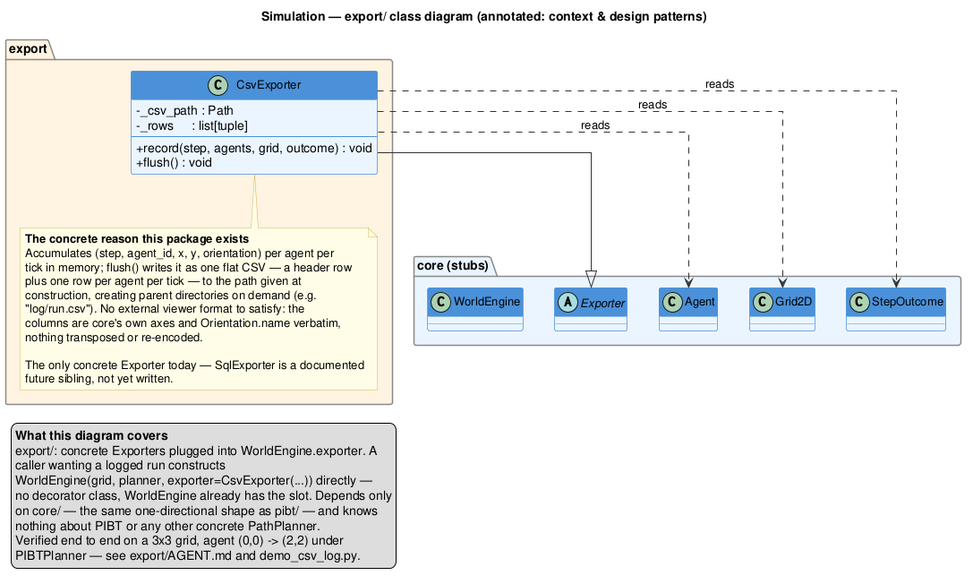
The PlantUML diagram diagrammes/Class_Diagram/Export/export_class_diagram_commente.png in RasdaCorentin/MAPF_Simulation, before a commit.
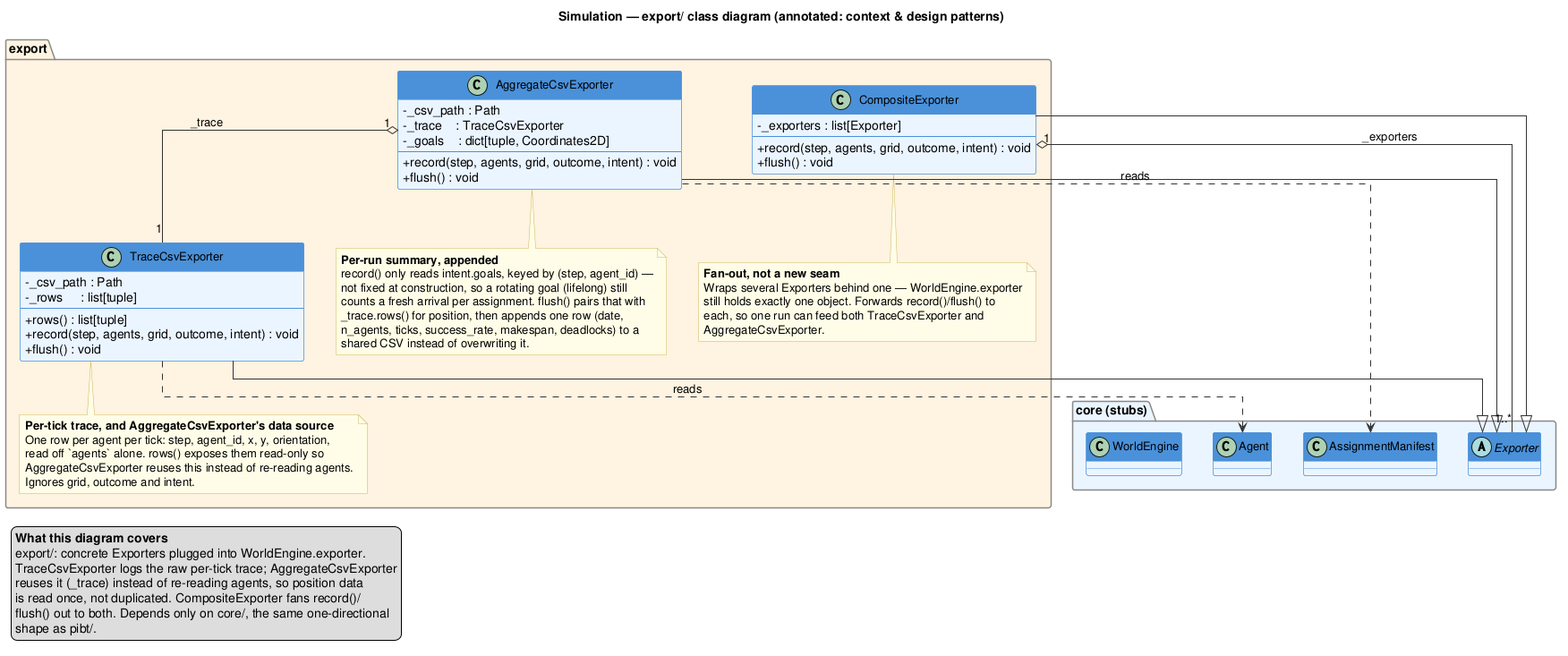
After the commit.

Commit message:
docs(diagrams): design TraceCsvExporter/AggregateCsvExporter/CompositeExporter

The edit, as a diff of the source:
```diff
@@ -18,50 +18,80 @@
     class WorldEngine
     abstract class Exporter
     class Agent
-    class Grid2D
-    class StepOutcome
+    class AssignmentManifest
 }
 
 package "export" #FFF3E0 {
 
-    class CsvExporter {
+    class TraceCsvExporter {
         - _csv_path : Path
         - _rows     : list[tuple]
         --
-        + record(step, agents, grid, outcome) : void
+        + rows() : list[tuple]
+        + record(step, agents, grid, outcome, intent) : void
         + flush() : void
     }
-    note bottom of CsvExporter
-      **The concrete reason this package exists**
-      Accumulates (step, agent_id, x, y, orientation) per agent per
-      tick in memory; flush() writes it as one flat CSV — a header row
-      plus one row per agent per tick — to the path given at
-      construction, creating parent directories on demand (e.g.
-      "log/run.csv"). No external viewer format to satisfy: the
-      columns are core's own axes and Orientation.name verbatim,
-      nothing transposed or re-encoded.
+    note bottom of TraceCsvExporter
+      **Per-tick trace, and AggregateCsvExporter's data source**
+      One row per agent per tick: step, agent_id, x, y, orientation,
+      read off `agents` alone. rows() exposes them read-only so
+      AggregateCsvExporter reuses this instead of re-reading agents.
+      Ignores grid, outcome and intent.
+    end note
 
-      The only concrete Exporter today — SqlExporter is a documented
-      future sibling, not yet written.
+    class AggregateCsvExporter {
+        - _csv_path : Path
+        - _trace    : TraceCsvExporter
+        - _goals    : dict[tuple, Coordinates2D]
+        --
+        + record(step, agents, grid, outcome, intent) : void
+        + flush() : void
+    }
+    note bottom of AggregateCsvExporter
+      **Per-run summary, appended**
+      record() only reads intent.goals, keyed by (step, agent_id) —
+      not fixed at construction, so a rotating goal (lifelong) still
+      counts a fresh arrival per assignment. flush() pairs that with
+      _trace.rows() for position, then appends one row (date,
+      n_agents, ticks, success_rate, makespan, deadlocks) to a
+      shared CSV instead of overwriting it.
+    end note
+
+    class CompositeExporter {
+        - _exporters : list[Exporter]
+        --
+        + record(step, agents, grid, outcome, intent) : void
+        + flush() : void
+    }
+    note bottom of CompositeExporter
+      **Fan-out, not a new seam**
+      Wraps several Exporters behind one — WorldEngine.exporter
+      still holds exactly one object. Forwards record()/flush() to
+      each, so one run can feed both TraceCsvExporter and
+      AggregateCsvExporter.
     end note
 }
 
-CsvExporter --|> Exporter
+TraceCsvExporter --|> Exporter
+AggregateCsvExporter --|> Exporter
+CompositeExporter --|> Exporter
 
-CsvExporter ..> Agent : «reads»
-CsvExporter ..> Grid2D : «reads»
-CsvExporter ..> StepOutcome : «reads»
+TraceCsvExporter ..> Agent : «reads»
+
+AggregateCsvExporter ..> AssignmentManifest : «reads»
+
+AggregateCsvExporter "1" o-- "1" TraceCsvExporter : _trace
+
+CompositeExporter "1" o-- "1..*" Exporter : _exporters
 
 legend bottom left
   **What this diagram covers**
-  export/: concrete Exporters plugged into WorldEngine.exporter. A
-  caller wanting a logged run constructs
-  WorldEngine(grid, planner, exporter=CsvExporter(...)) directly —
-  no decorator class, WorldEngine already has the slot. Depends only
-  on core/ — the same one-directional shape as pibt/ — and knows
-  nothing about PIBT or any other concrete PathPlanner.
-  Verified end to end on a 3x3 grid, agent (0,0) -> (2,2) under
-  PIBTPlanner — see export/AGENT.md and demo_csv_log.py.
+  export/: concrete Exporters plugged into WorldEngine.exporter.
+  TraceCsvExporter logs the raw per-tick trace; AggregateCsvExporter
+  reuses it (_trace) instead of re-reading agents, so position data
+  is read once, not duplicated. CompositeExporter fans record()/
+  flush() out to both. Depends only on core/, the same one-directional
+  shape as pibt/.
 end legend
 
 @enduml
```
